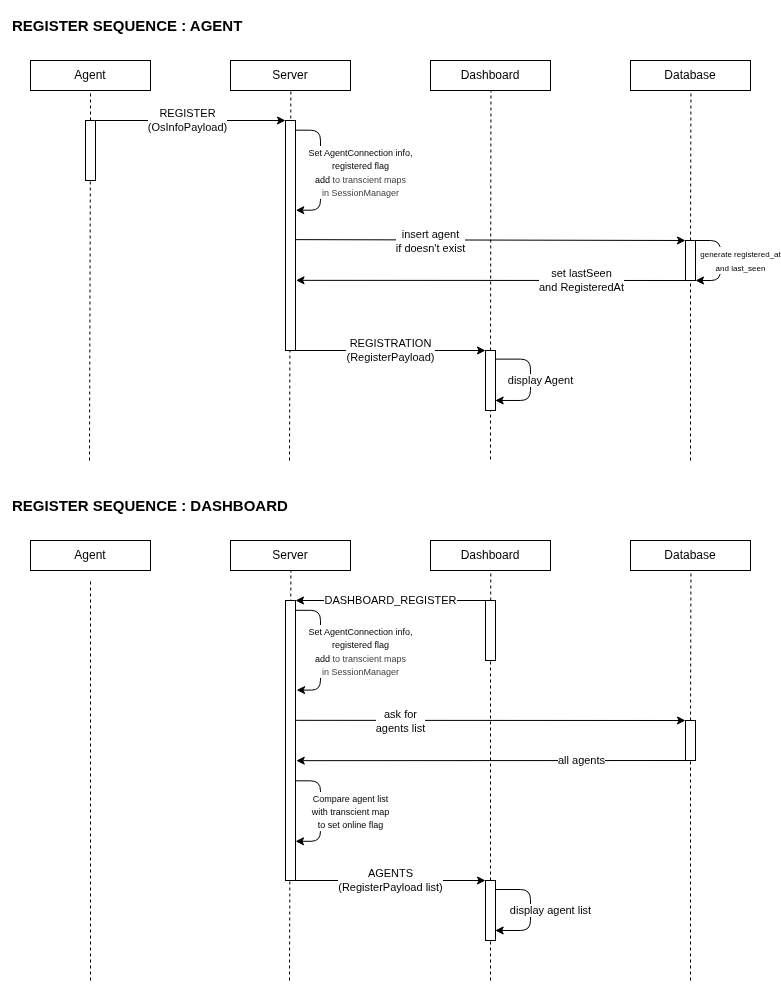
Earlier version of the draw.io export _docs/protocol/register_sequence.png (thibault-caron/inferno). Source tidied: cells renumbered, new cells last; positions are measured from the earlier drawing's top-left corner, leaving out a move shared by most shapes.
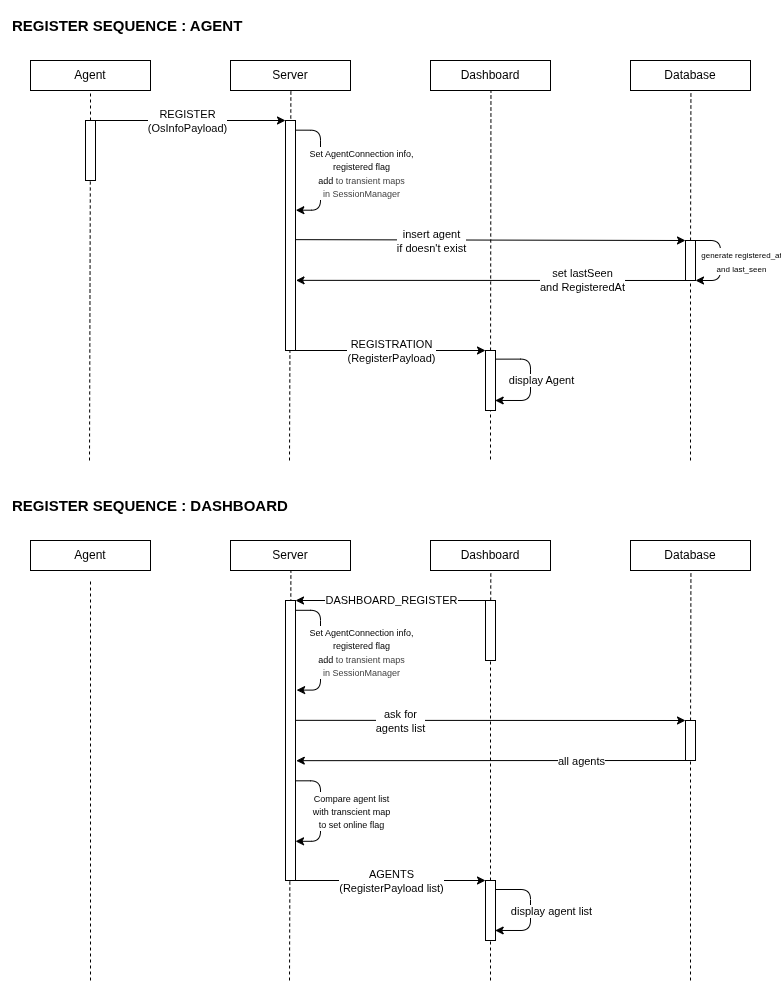
Later version of the same file.

Commit message:
doc: fix spelling in  sequence diagrams

Diff of the diagram source:
```diff
@@ -82,7 +82,7 @@
         </Array>
       </mxGeometry>
     </mxCell>
-    <mxCell id="22" value="&lt;font style=&quot;font-size: 9px;&quot;&gt;Set AgentConnection info,&lt;/font&gt;&lt;div&gt;&lt;font style=&quot;font-size: 9px;&quot;&gt;registered flag&lt;br&gt;add&amp;nbsp;&lt;span style=&quot;color: rgb(63, 63, 63); background-color: light-dark(#ffffff, var(--ge-dark-color, #121212));&quot;&gt;to transcient maps&lt;/span&gt;&lt;/font&gt;&lt;/div&gt;&lt;div&gt;&lt;span style=&quot;color: rgb(63, 63, 63); background-color: light-dark(#ffffff, var(--ge-dark-color, #121212));&quot;&gt;&lt;font style=&quot;font-size: 9px;&quot;&gt;in SessionManager&lt;/font&gt;&lt;/span&gt;&lt;/div&gt;" style="edgeLabel;html=1;align=center;verticalAlign=middle;" parent="21" vertex="1">
+    <mxCell id="22" value="&lt;font style=&quot;font-size: 9px;&quot;&gt;Set AgentConnection info,&lt;/font&gt;&lt;div&gt;&lt;font style=&quot;font-size: 9px;&quot;&gt;registered flag&lt;br&gt;add&amp;nbsp;&lt;span style=&quot;color: rgb(63, 63, 63); background-color: light-dark(#ffffff, var(--ge-dark-color, #121212));&quot;&gt;to transient maps&lt;/span&gt;&lt;/font&gt;&lt;/div&gt;&lt;div&gt;&lt;span style=&quot;color: rgb(63, 63, 63); background-color: light-dark(#ffffff, var(--ge-dark-color, #121212));&quot;&gt;&lt;font style=&quot;font-size: 9px;&quot;&gt;in SessionManager&lt;/font&gt;&lt;/span&gt;&lt;/div&gt;" style="edgeLabel;html=1;align=center;verticalAlign=middle;" parent="21" vertex="1">
       <mxGeometry x="-0.22" y="-1" relative="1" as="geometry">
         <mxPoint x="41" y="16" as="offset" />
       </mxGeometry>
@@ -209,7 +209,7 @@
         </Array>
       </mxGeometry>
     </mxCell>
-    <mxCell id="50" value="&lt;font style=&quot;font-size: 9px;&quot;&gt;Set AgentConnection info,&lt;/font&gt;&lt;div&gt;&lt;font style=&quot;font-size: 9px;&quot;&gt;registered flag&lt;br&gt;add&amp;nbsp;&lt;span style=&quot;color: rgb(63, 63, 63); background-color: light-dark(#ffffff, var(--ge-dark-color, #121212));&quot;&gt;to transcient maps&lt;/span&gt;&lt;/font&gt;&lt;/div&gt;&lt;div&gt;&lt;span style=&quot;color: rgb(63, 63, 63); background-color: light-dark(#ffffff, var(--ge-dark-color, #121212));&quot;&gt;&lt;font style=&quot;font-size: 9px;&quot;&gt;in SessionManager&lt;/font&gt;&lt;/span&gt;&lt;/div&gt;" style="edgeLabel;html=1;align=center;verticalAlign=middle;" parent="49" vertex="1">
+    <mxCell id="50" value="&lt;font style=&quot;font-size: 9px;&quot;&gt;Set AgentConnection info,&lt;/font&gt;&lt;div&gt;&lt;font style=&quot;font-size: 9px;&quot;&gt;registered flag&lt;br&gt;add&amp;nbsp;&lt;span style=&quot;color: rgb(63, 63, 63); background-color: light-dark(#ffffff, var(--ge-dark-color, #121212));&quot;&gt;to transient maps&lt;/span&gt;&lt;/font&gt;&lt;/div&gt;&lt;div&gt;&lt;span style=&quot;color: rgb(63, 63, 63); background-color: light-dark(#ffffff, var(--ge-dark-color, #121212));&quot;&gt;&lt;font style=&quot;font-size: 9px;&quot;&gt;in SessionManager&lt;/font&gt;&lt;/span&gt;&lt;/div&gt;" style="edgeLabel;html=1;align=center;verticalAlign=middle;" parent="49" vertex="1">
       <mxGeometry x="-0.22" y="-1" relative="1" as="geometry">
         <mxPoint x="41" y="16" as="offset" />
       </mxGeometry>
```
